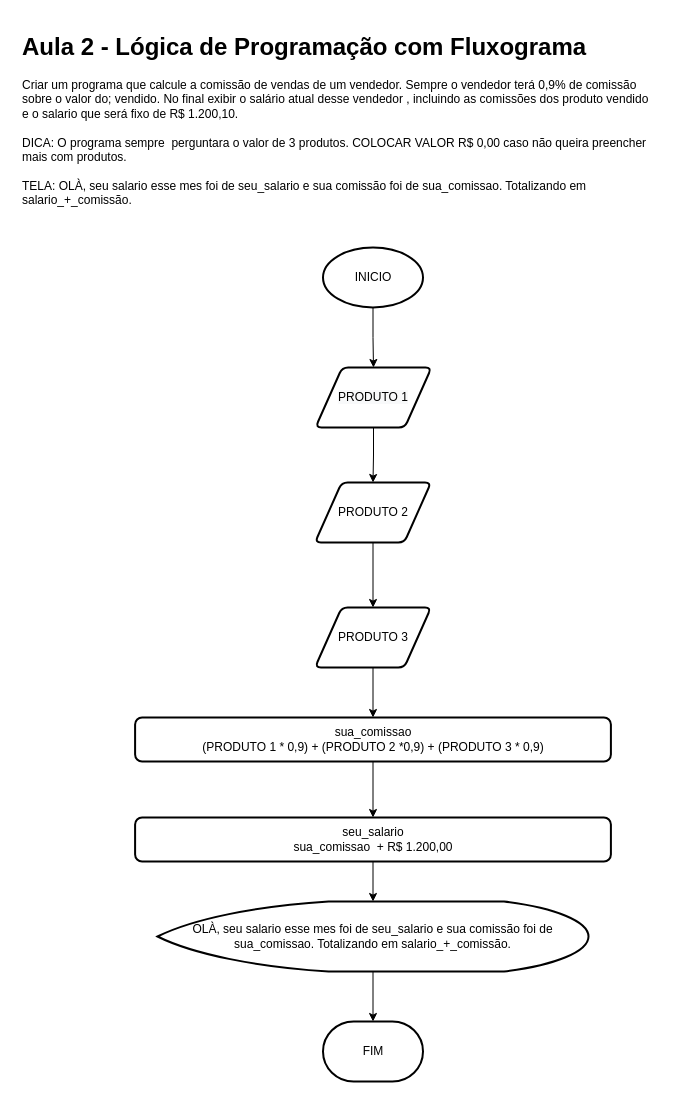
This is page "5- Salario FInal" (4 of 5) of Aula 3 - Logica de programação com FLUXOGRAMA.drawio from aran-wesley/CursoCSharp, a draw.io file, before an edit. Source tidied: cells renumbered, new cells numbered last; positions are measured from the earlier drawing's top-left corner, leaving out a move shared by most shapes. Both pictures are drawn from the tidied source at 100%, with x=0, y=0 at pixel (17, 27).
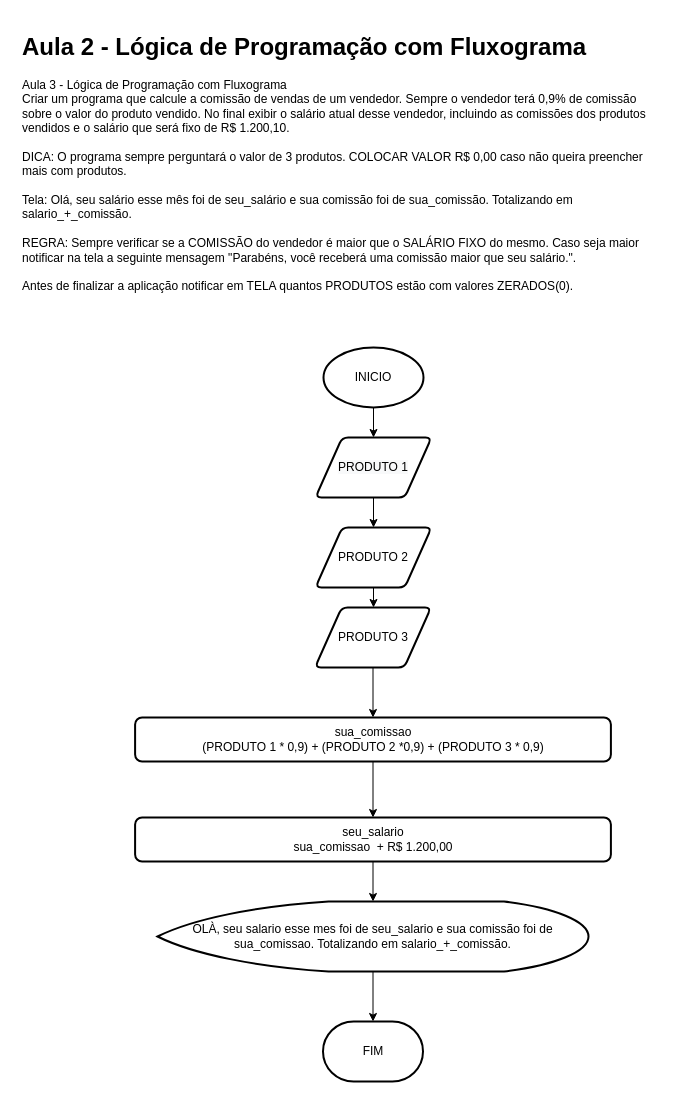
The same page after the edit.

The edit, as a diff of the source:
```diff
@@
 <mxGraphModel>
   <root>
     <mxCell id="0" />
     <mxCell id="1" parent="0" />
-    <mxCell id="2" value="&lt;h1&gt;Aula 2 - Lógica de Programação com Fluxograma&lt;/h1&gt;&lt;div&gt;Criar um programa que calcule a comissão de vendas de um vendedor. Sempre o vendedor terá 0,9% de comissão sobre o valor do; vendido. No final exibir o salário atual desse vendedor , incluindo as comissões dos produto vendido e o salario que será fixo de R$ 1.200,10.&lt;/div&gt;&lt;div&gt;&lt;br&gt;&lt;/div&gt;&lt;div&gt;DICA: O programa sempre&amp;nbsp; perguntara o valor de 3 produtos. COLOCAR VALOR R$ 0,00 caso não queira preencher mais com produtos.&lt;/div&gt;&lt;div&gt;&lt;br&gt;&lt;/div&gt;&lt;div&gt;TELA: OLÀ, seu salario esse mes foi de seu_salario e sua comissão foi de sua_comissao. Totalizando em salario_+_comissão.&lt;/div&gt;" style="text;html=1;strokeColor=none;fillColor=none;spacing=5;spacingTop=-20;whiteSpace=wrap;overflow=hidden;rounded=0;" parent="1" vertex="1">
-      <mxGeometry width="640" height="190" as="geometry" />
+    <mxCell id="2" value="&lt;h1&gt;Aula 2 - Lógica de Programação com Fluxograma&lt;/h1&gt;&lt;div&gt;&lt;div&gt;Aula 3 - Lógica de Programação com Fluxograma&lt;/div&gt;&lt;div&gt;Criar um programa que calcule a comissão de vendas de um vendedor. Sempre o vendedor terá 0,9% de comissão sobre o valor do produto vendido. No final exibir o salário atual desse vendedor, incluindo as comissões dos produtos vendidos e o salário que será fixo de R$ 1.200,10.&amp;nbsp;&lt;/div&gt;&lt;div&gt;&lt;br&gt;&lt;/div&gt;&lt;div&gt;DICA: O programa sempre perguntará o valor de 3 produtos. COLOCAR VALOR R$ 0,00 caso não queira preencher mais com produtos.&lt;/div&gt;&lt;div&gt;&lt;br&gt;&lt;/div&gt;&lt;div&gt;Tela: Olá, seu salário esse mês foi de seu_salário e sua comissão foi de sua_comissão. Totalizando em salario_+_comissão.&lt;/div&gt;&lt;div&gt;&lt;br&gt;&lt;/div&gt;&lt;div&gt;REGRA: Sempre verificar se a COMISSÃO do vendedor é maior que o SALÁRIO FIXO do mesmo. Caso seja maior notificar na tela a seguinte mensagem &quot;Parabéns, você receberá uma comissão maior que seu salário.&quot;.&lt;/div&gt;&lt;div&gt;&lt;br&gt;&lt;/div&gt;&lt;div&gt;Antes de finalizar a aplicação notificar em TELA quantos PRODUTOS estão com valores ZERADOS(0).&lt;/div&gt;&lt;/div&gt;" style="text;html=1;strokeColor=none;fillColor=none;spacing=5;spacingTop=-20;whiteSpace=wrap;overflow=hidden;rounded=0;" parent="1" vertex="1">
+      <mxGeometry width="640" height="270" as="geometry" />
     </mxCell>
     <mxCell id="3" value="INICIO" style="strokeWidth=2;html=1;shape=mxgraph.flowchart.start_1;whiteSpace=wrap;" parent="1" vertex="1">
-      <mxGeometry x="305.5" y="220" width="100" height="60" as="geometry" />
+      <mxGeometry x="306" y="320" width="100" height="60" as="geometry" />
     </mxCell>
     <mxCell id="4" style="edgeStyle=orthogonalEdgeStyle;rounded=0;jettySize=auto;html=1;" parent="1" edge="1" source="5" target="7">
       <mxGeometry relative="1" as="geometry" />
     </mxCell>
     <mxCell id="5" value="&lt;span style=&quot;text-align: left&quot;&gt;OLÀ, seu salario esse mes foi de seu_salario e sua comissão foi de sua_comissao. Totalizando em salario_+_comissão.&lt;/span&gt;" style="strokeWidth=2;html=1;shape=mxgraph.flowchart.display;whiteSpace=wrap;" parent="1" vertex="1">
       <mxGeometry x="140" y="874" width="431" height="70" as="geometry" />
     </mxCell>
     <mxCell id="6" style="edgeStyle=orthogonalEdgeStyle;rounded=0;jettySize=auto;html=1;exitX=0.5;exitY=1;exitDx=0;exitDy=0;exitPerimeter=0;" parent="1" edge="1" source="3" target="13">
       <mxGeometry relative="1" as="geometry" />
     </mxCell>
     <mxCell id="7" value="FIM" style="strokeWidth=2;html=1;shape=mxgraph.flowchart.terminator;whiteSpace=wrap;" parent="1" vertex="1">
       <mxGeometry x="305.5" y="994" width="100" height="60" as="geometry" />
     </mxCell>
     <mxCell id="8" style="edgeStyle=orthogonalEdgeStyle;rounded=0;jettySize=auto;html=1;" parent="1" edge="1" source="9" target="5">
       <mxGeometry relative="1" as="geometry" />
     </mxCell>
     <mxCell id="9" value="seu_salario&lt;br&gt;sua_comissao&amp;nbsp; + R$ 1.200,00" style="rounded=1;whiteSpace=wrap;html=1;absoluteArcSize=1;arcSize=14;strokeWidth=2;" parent="1" vertex="1">
       <mxGeometry x="117.6" y="790" width="475.8" height="44" as="geometry" />
     </mxCell>
     <mxCell id="10" style="edgeStyle=orthogonalEdgeStyle;rounded=0;jettySize=auto;html=1;" parent="1" edge="1" source="11" target="15">
       <mxGeometry relative="1" as="geometry" />
     </mxCell>
     <mxCell id="11" value="&lt;span&gt;PRODUTO 2&lt;/span&gt;" style="shape=parallelogram;html=1;strokeWidth=2;perimeter=parallelogramPerimeter;whiteSpace=wrap;rounded=1;arcSize=12;size=0.23;" parent="1" vertex="1">
-      <mxGeometry x="297.5" y="455" width="116" height="60" as="geometry" />
+      <mxGeometry x="298" y="500" width="116" height="60" as="geometry" />
     </mxCell>
     <mxCell id="12" style="edgeStyle=orthogonalEdgeStyle;rounded=0;jettySize=auto;html=1;" parent="1" edge="1" source="13" target="11">
       <mxGeometry relative="1" as="geometry" />
     </mxCell>
     <mxCell id="13" value="&lt;span style=&quot;color: rgb(0 , 0 , 0) ; font-family: &amp;#34;helvetica&amp;#34; ; font-size: 12px ; font-style: normal ; font-weight: 400 ; letter-spacing: normal ; text-align: center ; text-indent: 0px ; text-transform: none ; word-spacing: 0px ; background-color: rgb(248 , 249 , 250) ; display: inline ; float: none&quot;&gt;PRODUTO 1&lt;/span&gt;" style="shape=parallelogram;html=1;strokeWidth=2;perimeter=parallelogramPerimeter;whiteSpace=wrap;rounded=1;arcSize=12;size=0.23;" parent="1" vertex="1">
-      <mxGeometry x="298" y="340" width="116" height="60" as="geometry" />
+      <mxGeometry x="298" y="410" width="116" height="60" as="geometry" />
     </mxCell>
     <mxCell id="14" style="edgeStyle=orthogonalEdgeStyle;rounded=0;jettySize=auto;html=1;" parent="1" edge="1" source="15" target="17">
       <mxGeometry relative="1" as="geometry" />
     </mxCell>
     <mxCell id="15" value="PRODUTO 3" style="shape=parallelogram;html=1;strokeWidth=2;perimeter=parallelogramPerimeter;whiteSpace=wrap;rounded=1;arcSize=12;size=0.23;" parent="1" vertex="1">
       <mxGeometry x="297.5" y="580" width="116" height="60" as="geometry" />
     </mxCell>
     <mxCell id="16" style="edgeStyle=orthogonalEdgeStyle;rounded=0;jettySize=auto;html=1;" parent="1" edge="1" source="17" target="9">
       <mxGeometry relative="1" as="geometry" />
     </mxCell>
     <mxCell id="17" value="sua_comissao&lt;br&gt;(PRODUTO 1 * 0,9) + (PRODUTO 2 *0,9) + (PRODUTO 3 * 0,9)" style="rounded=1;whiteSpace=wrap;html=1;absoluteArcSize=1;arcSize=14;strokeWidth=2;" parent="1" vertex="1">
       <mxGeometry x="117.6" y="690" width="475.8" height="44" as="geometry" />
     </mxCell>
   </root>
 </mxGraphModel>
```
